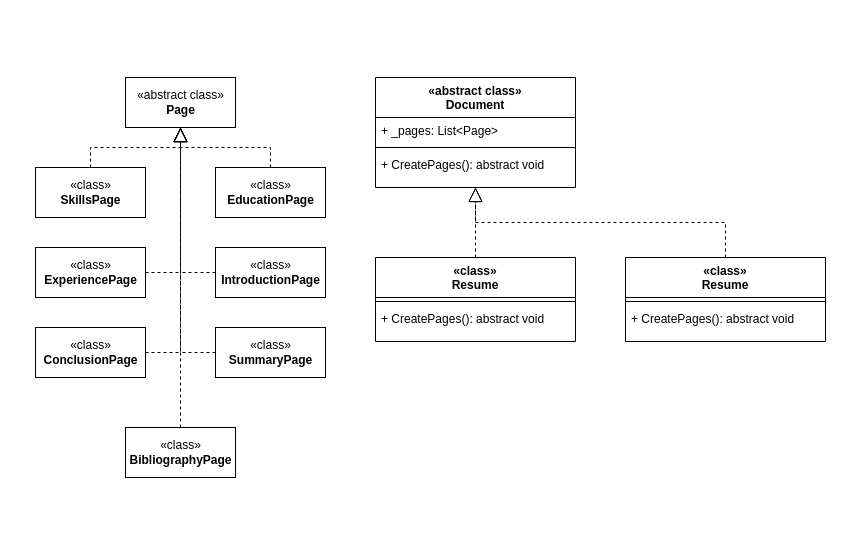
Before: FactoryPattern/FactoryPatternRealWorld.drawio in kinming92/DesignPatternInCSharp, a draw.io diagram. Source tidied: cells renumbered, new cells numbered last; positions are measured from the earlier drawing's top-left corner, leaving out a move shared by most shapes. Both pictures are drawn from the tidied source at 100%, with x=0, y=0 at pixel (35, 77).
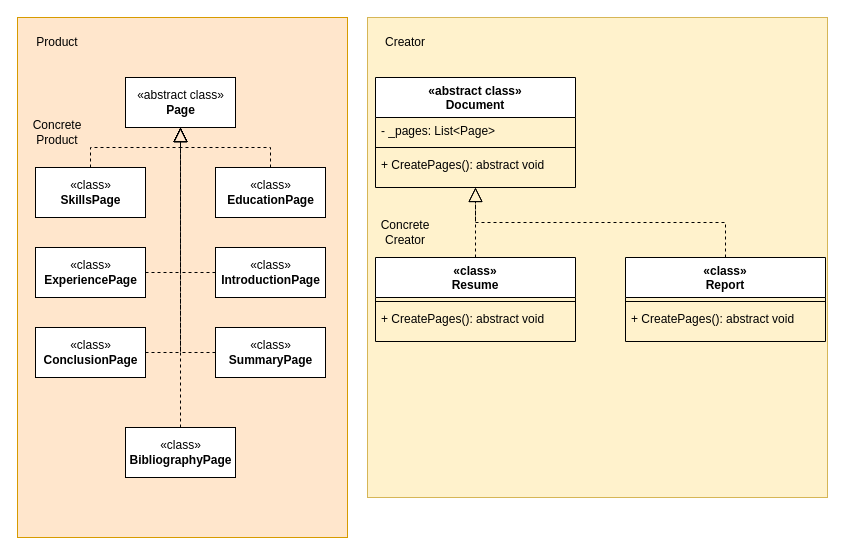
The same diagram, later.

Commit message (it also covers changes not shown here):
updated drawio and added another example

Unchanged cells that the change refers to:
```xml
<mxCell id="3" value="«abstract class»&#10;Document&#10;&#10;" style="swimlane;fontStyle=1;align=center;verticalAlign=top;horizontal=1;startSize=40;" parent="1" vertex="1">
  <mxGeometry x="340" width="200" height="110" as="geometry" />
</mxCell>
```

What changed in the source:
```diff
@@
+    <mxCell id="29" style="rounded=0;whiteSpace=wrap;html=1;fillColor=#fff2cc;strokeColor=#d6b656;" parent="1" vertex="1">
+      <mxGeometry x="332" y="-60" width="460" height="480" as="geometry" />
+    </mxCell>
+    <mxCell id="30" style="rounded=0;whiteSpace=wrap;html=1;fillColor=#ffe6cc;strokeColor=#d79b00;" parent="1" vertex="1">
+      <mxGeometry x="-18" y="-60" width="330" height="520" as="geometry" />
+    </mxCell>
@@
-    <mxCell id="4" value="+ _pages: List&lt;Page&gt; " style="text;strokeColor=none;fillColor=none;align=left;verticalAlign=top;spacingLeft=4;spacingRight=4;overflow=hidden;" parent="3" vertex="1">
+    <mxCell id="4" value="- _pages: List&lt;Page&gt; " style="text;strokeColor=none;fillColor=none;align=left;verticalAlign=top;spacingLeft=4;spacingRight=4;overflow=hidden;" parent="3" vertex="1">
       <mxGeometry y="40" width="200" height="26" as="geometry" />
     </mxCell>
@@
-    <mxCell id="11" value="«class»&#10;Resume&#10;&#10;&#10;" style="swimlane;fontStyle=1;align=center;verticalAlign=top;horizontal=1;startSize=40;" parent="1" vertex="1">
+    <mxCell id="11" value="«class»&#10;Report&#10;&#10;&#10;" style="swimlane;fontStyle=1;align=center;verticalAlign=top;horizontal=1;startSize=40;" parent="1" vertex="1">
       <mxGeometry x="590" y="180" width="200" height="84" as="geometry" />
     </mxCell>
@@
+    <mxCell id="31" value="Product" style="text;html=1;strokeColor=none;fillColor=none;align=center;verticalAlign=middle;whiteSpace=wrap;rounded=0;" parent="1" vertex="1">
+      <mxGeometry x="-8" y="-50" width="60" height="30" as="geometry" />
+    </mxCell>
+    <mxCell id="32" value="Creator" style="text;html=1;strokeColor=none;fillColor=none;align=center;verticalAlign=middle;whiteSpace=wrap;rounded=0;" parent="1" vertex="1">
+      <mxGeometry x="340" y="-50" width="60" height="30" as="geometry" />
+    </mxCell>
+    <mxCell id="33" value="Concrete Creator" style="text;html=1;strokeColor=none;fillColor=none;align=center;verticalAlign=middle;whiteSpace=wrap;rounded=0;" parent="1" vertex="1">
+      <mxGeometry x="340" y="140" width="60" height="30" as="geometry" />
+    </mxCell>
+    <mxCell id="34" value="Concrete Product" style="text;html=1;strokeColor=none;fillColor=none;align=center;verticalAlign=middle;whiteSpace=wrap;rounded=0;" parent="1" vertex="1">
+      <mxGeometry x="-8" y="40" width="60" height="30" as="geometry" />
+    </mxCell>
```
